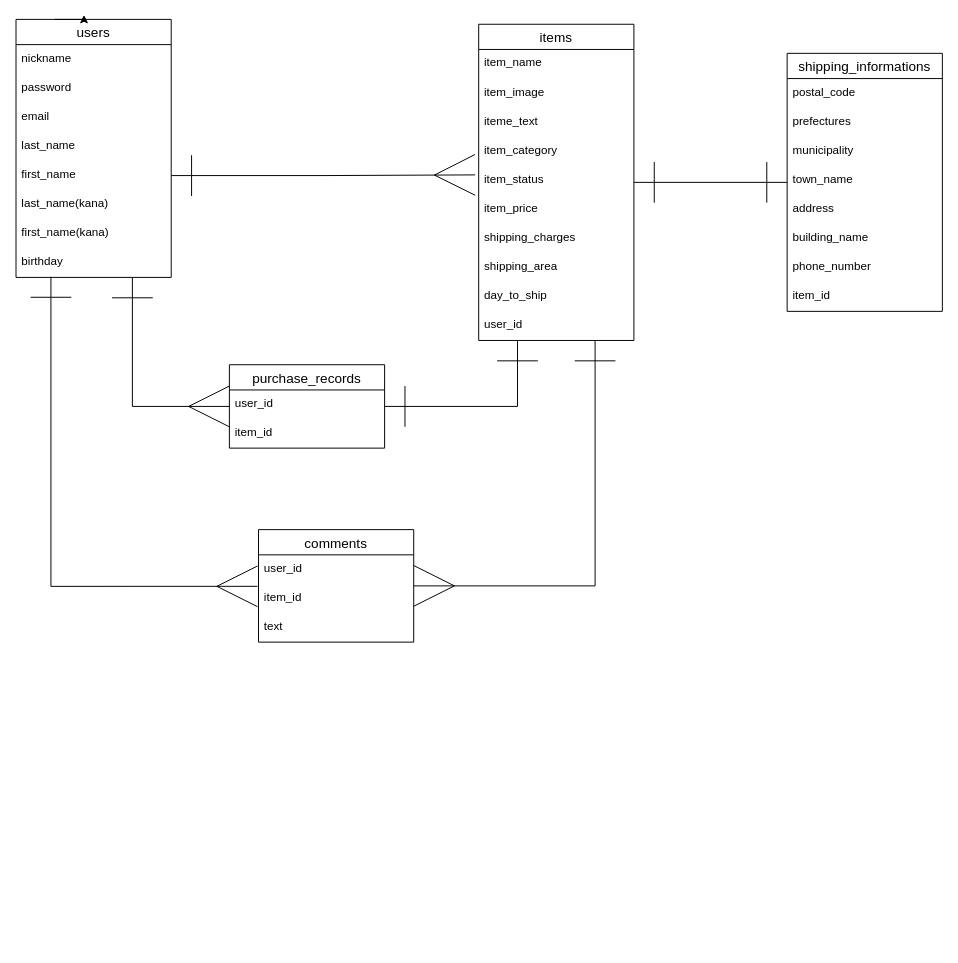
The draw.io diagram furima.dio in reityeru/furima-34470, before the edit. Source tidied: cells renumbered, new cells numbered last; positions are measured from the earlier drawing's top-left corner, leaving out a move shared by most shapes. Both pictures are drawn from the tidied source at 97%, with x=0, y=0 at pixel (16, 19).
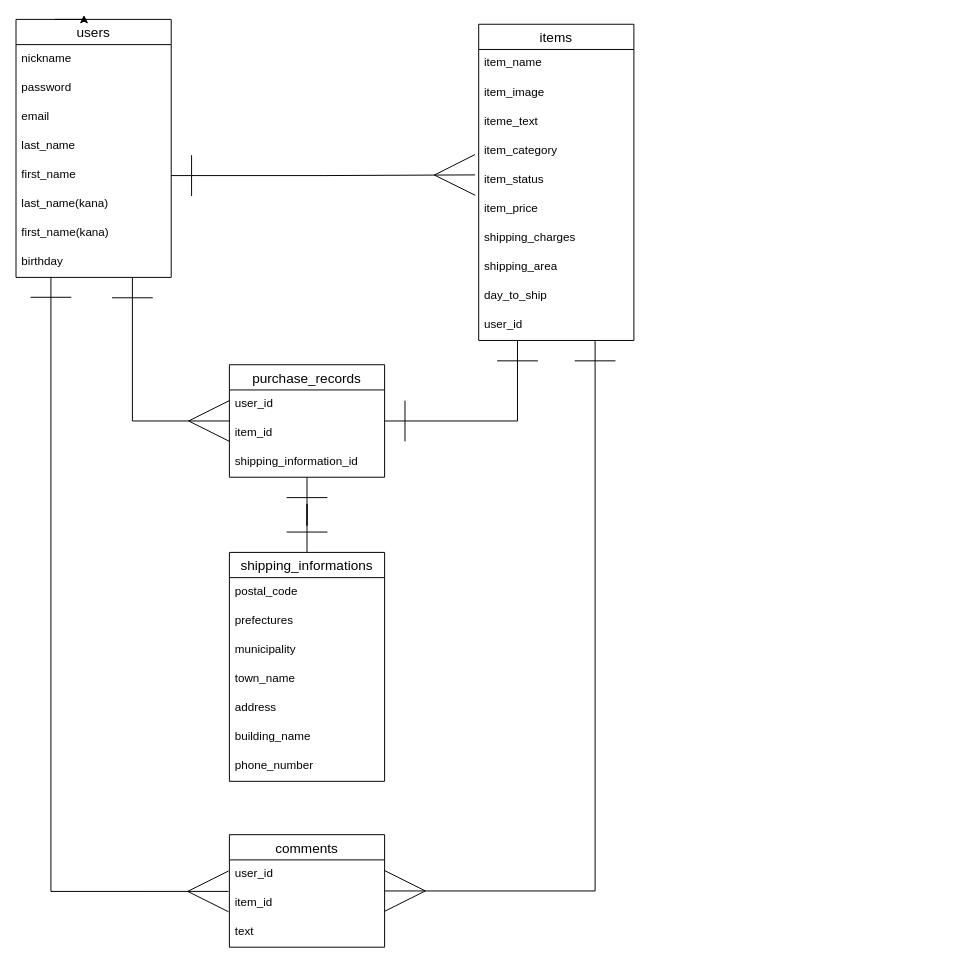
The same diagram, later.

Commit message (it also covers changes not shown here):
購入情報テーブルとの関係性を設定

Unchanged cells that the change refers to:
```xml
<mxCell id="17" value="items" style="swimlane;fontStyle=0;horizontal=1;startSize=26;align=center;fontSize=14;" parent="1" vertex="1">
  <mxGeometry x="477" y="4.5" width="160" height="326" as="geometry" />
</mxCell>
```

The edit, as a diff of the source:
```diff
@@
-    <mxCell id="15" style="edgeStyle=orthogonalEdgeStyle;rounded=0;jettySize=auto;html=1;exitX=1;exitY=0.5;exitDx=0;exitDy=0;entryX=0;entryY=0.5;entryDx=0;entryDy=0;startArrow=ERone;startFill=0;endArrow=ERone;endFill=0;endSize=40;startSize=40;" parent="1" edge="1" source="17" target="28">
-      <mxGeometry relative="1" as="geometry" />
-    </mxCell>
@@
     <mxCell id="28" value="shipping_informations" style="swimlane;fontStyle=0;horizontal=1;startSize=26;align=center;fontSize=14;" parent="1" vertex="1">
-      <mxGeometry x="795" y="34.5" width="160" height="266" as="geometry" />
+      <mxGeometry x="220" y="549" width="160" height="236" as="geometry" />
     </mxCell>
@@
-    <mxCell id="36" value="item_id" style="text;strokeColor=none;fillColor=none;spacingLeft=4;spacingRight=4;overflow=hidden;fontSize=12;" parent="28" vertex="1">
-      <mxGeometry y="236" width="160" height="30" as="geometry" />
-    </mxCell>
+    <mxCell id="45" style="edgeStyle=orthogonalEdgeStyle;rounded=0;jettySize=auto;html=1;entryX=0.5;entryY=0;entryDx=0;entryDy=0;startArrow=ERone;startFill=0;startSize=40;endArrow=ERone;endFill=0;endSize=40;" parent="1" edge="1" source="37" target="28">
+      <mxGeometry relative="1" as="geometry" />
+    </mxCell>
     <mxCell id="37" value="purchase_records" style="swimlane;fontStyle=0;horizontal=1;startSize=26;align=center;fontSize=14;" parent="1" vertex="1">
-      <mxGeometry x="220" y="355.5" width="160" height="86" as="geometry" />
+      <mxGeometry x="220" y="355.5" width="160" height="116" as="geometry" />
     </mxCell>
@@
+    <mxCell id="36" value="item_id" style="text;strokeColor=none;fillColor=none;spacingLeft=4;spacingRight=4;overflow=hidden;fontSize=12;" parent="37" vertex="1">
+      <mxGeometry y="56" width="160" height="30" as="geometry" />
+    </mxCell>
-    <mxCell id="39" value="item_id" style="text;strokeColor=none;fillColor=none;spacingLeft=4;spacingRight=4;overflow=hidden;fontSize=12;" parent="37" vertex="1">
-      <mxGeometry y="56" width="160" height="30" as="geometry" />
+    <mxCell id="39" value="shipping_information_id" style="text;strokeColor=none;fillColor=none;spacingLeft=4;spacingRight=4;overflow=hidden;fontSize=12;" parent="37" vertex="1">
+      <mxGeometry y="86" width="160" height="30" as="geometry" />
     </mxCell>
     <mxCell id="40" value="comments" style="swimlane;fontStyle=0;horizontal=1;startSize=26;align=center;fontSize=14;" parent="1" vertex="1">
-      <mxGeometry x="250" y="525.5" width="160" height="116" as="geometry" />
+      <mxGeometry x="220" y="840" width="160" height="116" as="geometry" />
     </mxCell>
```
